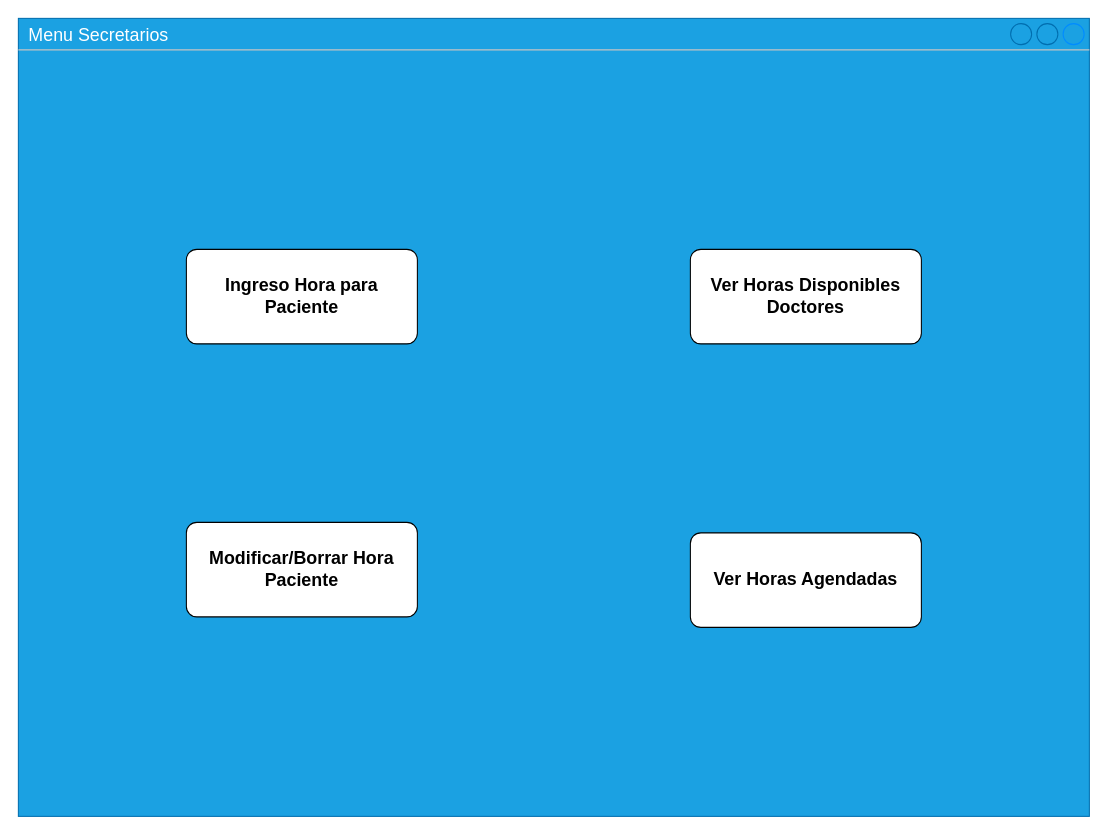
Before: Ventanas/MockUp/MenuSecretarios.drawio in ecadiz123/ProyectoAvaloniaProgra2, a draw.io diagram. Source tidied: cells renumbered, new cells numbered last; positions are measured from the earlier drawing's top-left corner, leaving out a move shared by most shapes. Both pictures are drawn from the tidied source at 105%, with x=0, y=0 at pixel (18, 18).
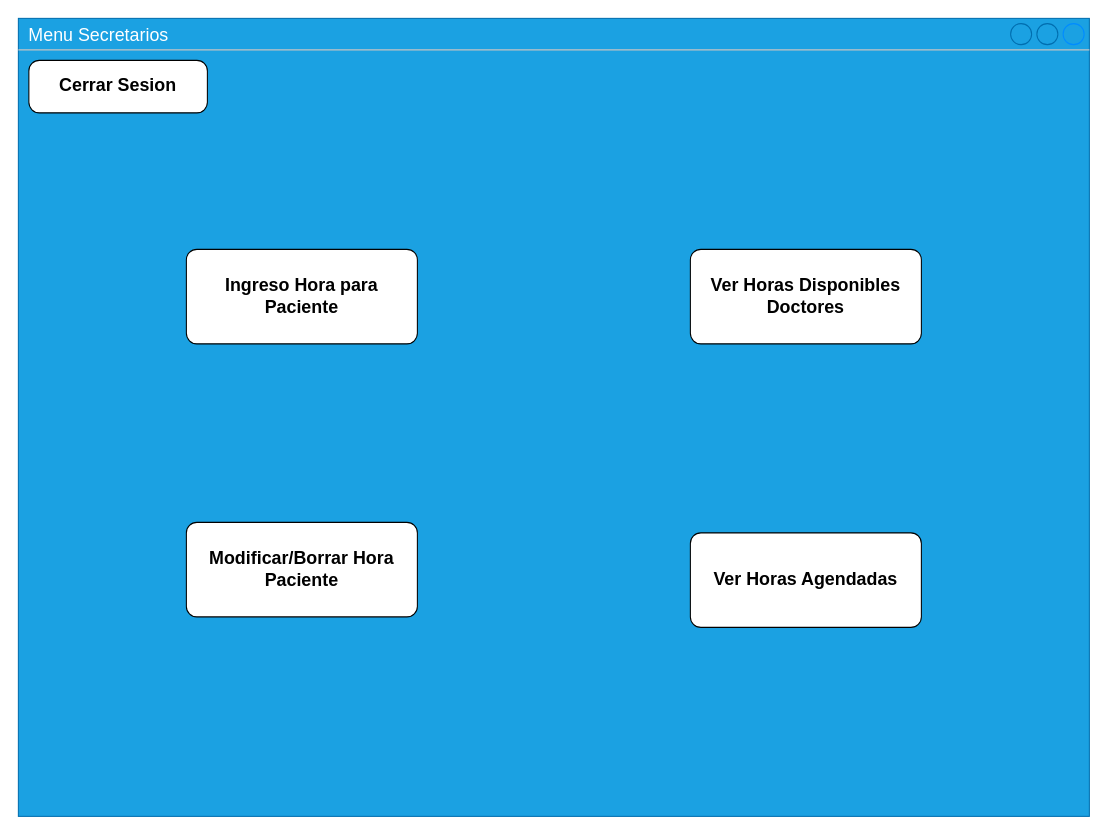
The same page after the edit.

What changed in the source:
```diff
@@
 <mxGraphModel>
   <root>
     <mxCell id="0" />
     <mxCell id="1" parent="0" />
     <mxCell id="2" value="Menu Secretarios" style="strokeWidth=1;shadow=0;dashed=0;align=center;html=1;shape=mxgraph.mockup.containers.window;align=left;verticalAlign=top;spacingLeft=8;strokeColor2=#008cff;strokeColor3=#c4c4c4;fontColor=#ffffff;mainText=;fontSize=17;labelBackgroundColor=none;whiteSpace=wrap;fillColor=#1ba1e2;strokeColor=#006EAF;" parent="1" vertex="1">
       <mxGeometry width="1020" height="760" as="geometry" />
     </mxCell>
     <mxCell id="3" value="Ingreso Hora para Paciente" style="strokeWidth=1;shadow=0;dashed=0;align=center;html=1;shape=mxgraph.mockup.buttons.button;mainText=;buttonStyle=round;fontSize=17;fontStyle=1;whiteSpace=wrap;" parent="1" vertex="1">
       <mxGeometry x="160" y="220" width="220" height="90" as="geometry" />
     </mxCell>
     <mxCell id="4" value="Modificar/Borrar Hora Paciente" style="strokeWidth=1;shadow=0;dashed=0;align=center;html=1;shape=mxgraph.mockup.buttons.button;mainText=;buttonStyle=round;fontSize=17;fontStyle=1;whiteSpace=wrap;" parent="1" vertex="1">
       <mxGeometry x="160" y="480" width="220" height="90" as="geometry" />
     </mxCell>
     <mxCell id="5" value="Ver Horas Agendadas" style="strokeWidth=1;shadow=0;dashed=0;align=center;html=1;shape=mxgraph.mockup.buttons.button;mainText=;buttonStyle=round;fontSize=17;fontStyle=1;whiteSpace=wrap;" parent="1" vertex="1">
       <mxGeometry x="640" y="490" width="220" height="90" as="geometry" />
     </mxCell>
     <mxCell id="6" value="Ver Horas Disponibles Doctores" style="strokeWidth=1;shadow=0;dashed=0;align=center;html=1;shape=mxgraph.mockup.buttons.button;mainText=;buttonStyle=round;fontSize=17;fontStyle=1;whiteSpace=wrap;" parent="1" vertex="1">
       <mxGeometry x="640" y="220" width="220" height="90" as="geometry" />
     </mxCell>
+    <mxCell id="7" value="Cerrar Sesion" style="strokeWidth=1;shadow=0;dashed=0;align=center;html=1;shape=mxgraph.mockup.buttons.button;mainText=;buttonStyle=round;fontSize=17;fontStyle=1;whiteSpace=wrap;" parent="1" vertex="1">
+      <mxGeometry x="10" y="40" width="170" height="50" as="geometry" />
+    </mxCell>
   </root>
 </mxGraphModel>
```
